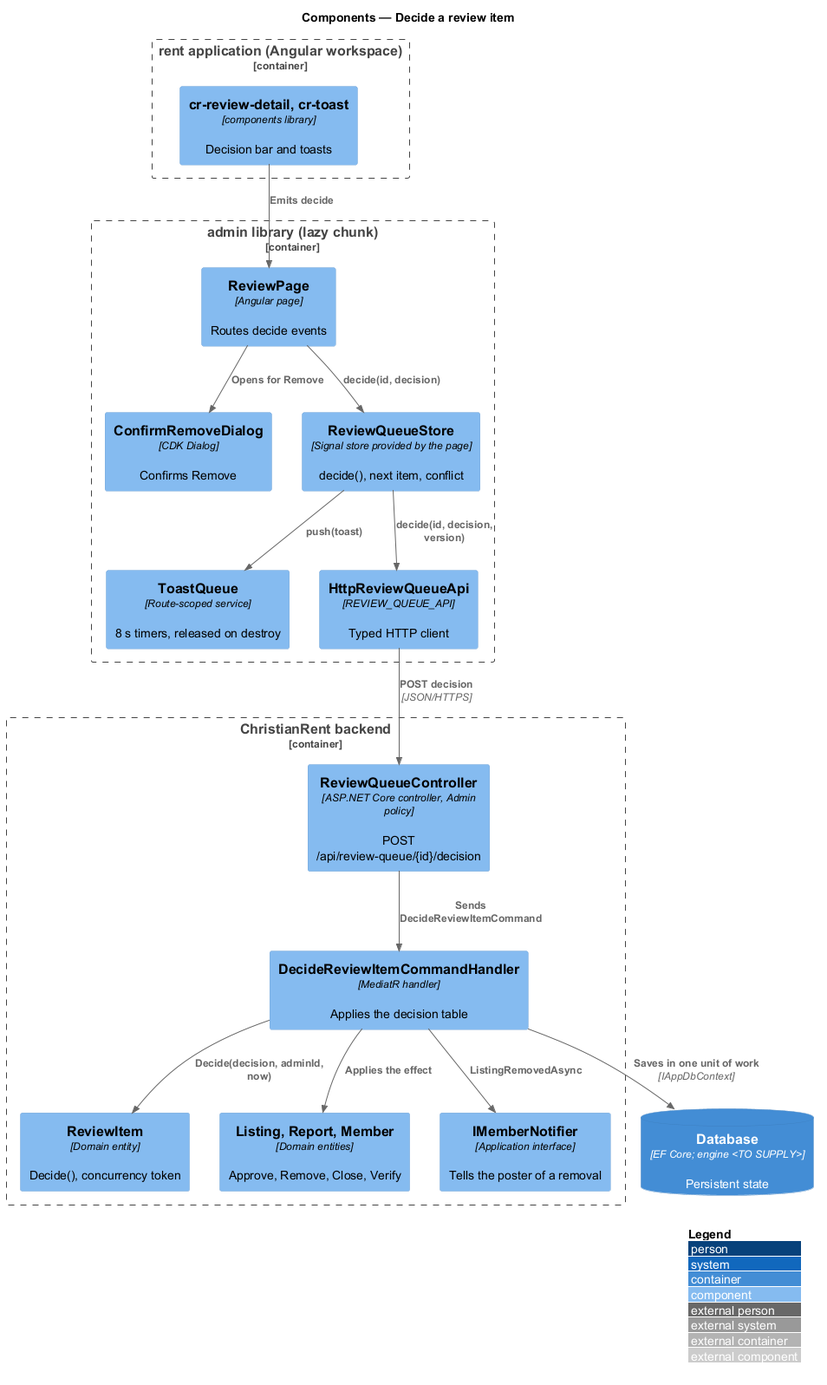
This is docs/detailed-designs/review/decide-review-item/diagrams/c4-component.png from QuinntyneBrown/christian-rent, a PlantUML export, as it was before one commit.
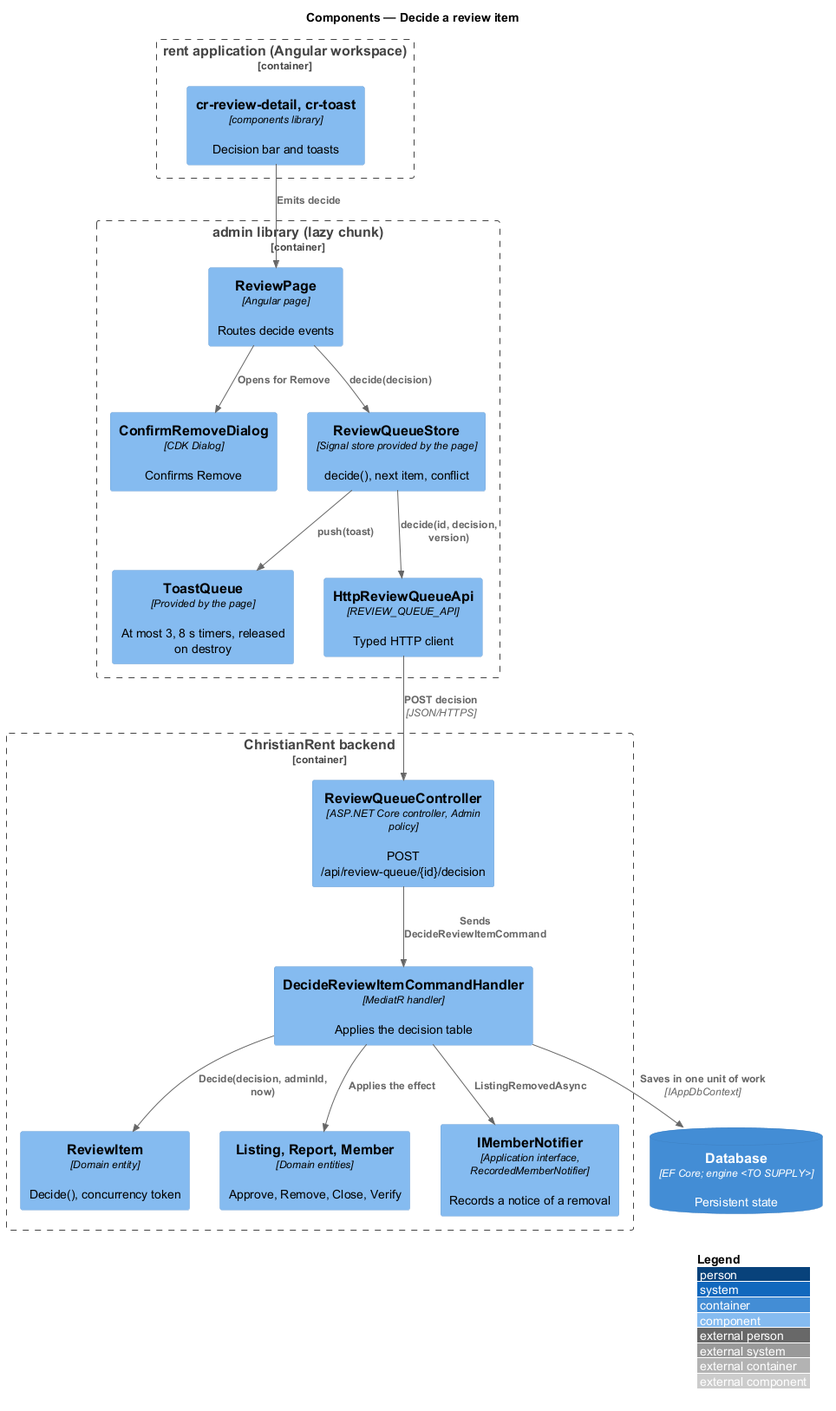
The same diagram one commit later.

What changed in the source:
```diff
@@ -10,7 +10,7 @@
   Component(page, "ReviewPage", "Angular page", "Routes decide events")
   Component(dialog, "ConfirmRemoveDialog", "CDK Dialog", "Confirms Remove")
   Component(store, "ReviewQueueStore", "Signal store provided by the page", "decide(), next item, conflict")
-  Component(toasts, "ToastQueue", "Route-scoped service", "8 s timers, released on destroy")
+  Component(toasts, "ToastQueue", "Provided by the page", "At most 3, 8 s timers, released on destroy")
   Component(client, "HttpReviewQueueApi", "REVIEW_QUEUE_API", "Typed HTTP client")
 }
 Container_Boundary(api, "ChristianRent backend") {
@@ -18,12 +18,12 @@
   Component(handler, "DecideReviewItemCommandHandler", "MediatR handler", "Applies the decision table")
   Component(item, "ReviewItem", "Domain entity", "Decide(), concurrency token")
   Component(subj, "Listing, Report, Member", "Domain entities", "Approve, Remove, Close, Verify")
-  Component(notify, "IMemberNotifier", "Application interface", "Tells the poster of a removal")
+  Component(notify, "IMemberNotifier", "Application interface, RecordedMemberNotifier", "Records a notice of a removal")
 }
 ContainerDb(db, "Database", "EF Core; engine <TO SUPPLY>", "Persistent state")
 Rel(ui, page, "Emits decide")
 Rel(page, dialog, "Opens for Remove")
-Rel(page, store, "decide(id, decision)")
+Rel(page, store, "decide(decision)")
 Rel(store, toasts, "push(toast)")
 Rel(store, client, "decide(id, decision, version)")
 Rel(client, ctrl, "POST decision", "JSON/HTTPS")
```
